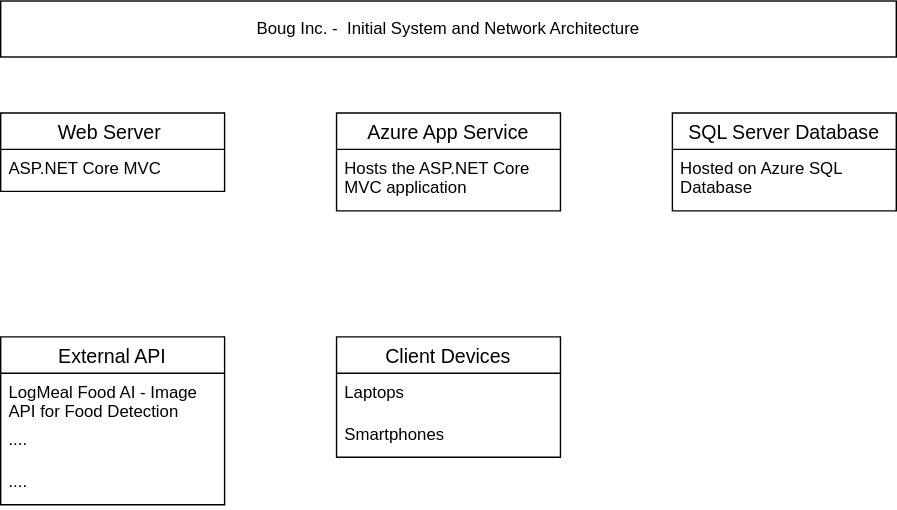
Above: Team/Milestone Two/BougIncInitialArchEnvisioning.svg in Oarun/BougInc (draw.io), before the change. Source tidied: cells renumbered, new cells last; positions are measured from the earlier drawing's top-left corner, leaving out a move shared by most shapes. The source it was exported from:
```xml
<mxGraphModel>
  <root>
    <mxCell id="0" />
    <mxCell id="1" parent="0" />
    <mxCell id="2" value="Web Server " style="swimlane;fontStyle=0;horizontal=1;startSize=26;align=center;fontSize=14;" parent="1" vertex="1">
      <mxGeometry y="80" width="160" height="56" as="geometry" />
    </mxCell>
    <mxCell id="3" value="ASP.NET Core MVC" style="text;strokeColor=none;fillColor=none;spacingLeft=4;spacingRight=4;overflow=hidden;points=[[0,0.5],[1,0.5]];portConstraint=eastwest;fontSize=12;whiteSpace=wrap;html=1;" parent="2" vertex="1">
      <mxGeometry y="26" width="160" height="30" as="geometry" />
    </mxCell>
    <mxCell id="4" value="Azure App Service" style="swimlane;fontStyle=0;horizontal=1;startSize=26;align=center;fontSize=14;" parent="1" vertex="1">
      <mxGeometry x="240" y="80" width="160" height="70" as="geometry" />
    </mxCell>
    <mxCell id="5" value="Hosts the ASP.NET Core MVC application" style="text;strokeColor=none;fillColor=none;spacingLeft=4;spacingRight=4;overflow=hidden;points=[[0,0.5],[1,0.5]];portConstraint=eastwest;fontSize=12;whiteSpace=wrap;html=1;" parent="4" vertex="1">
      <mxGeometry y="26" width="160" height="44" as="geometry" />
    </mxCell>
    <mxCell id="6" value="SQL Server Database" style="swimlane;fontStyle=0;horizontal=1;startSize=26;align=center;fontSize=14;" parent="1" vertex="1">
      <mxGeometry x="480" y="80" width="160" height="70" as="geometry" />
    </mxCell>
    <mxCell id="7" value="Hosted on Azure SQL Database" style="text;strokeColor=none;fillColor=none;spacingLeft=4;spacingRight=4;overflow=hidden;points=[[0,0.5],[1,0.5]];portConstraint=eastwest;fontSize=12;whiteSpace=wrap;html=1;" parent="6" vertex="1">
      <mxGeometry y="26" width="160" height="44" as="geometry" />
    </mxCell>
    <mxCell id="8" value="External API" style="swimlane;fontStyle=0;horizontal=1;startSize=26;align=center;fontSize=14;" parent="1" vertex="1">
      <mxGeometry y="240" width="160" height="120" as="geometry" />
    </mxCell>
    <mxCell id="9" value="LogMeal Food AI - Image API for Food Detection Food Tracking&amp;nbsp;" style="text;strokeColor=none;fillColor=none;spacingLeft=4;spacingRight=4;overflow=hidden;fontSize=12;whiteSpace=wrap;html=1;" parent="8" vertex="1">
      <mxGeometry y="26" width="160" height="34" as="geometry" />
    </mxCell>
    <mxCell id="10" value="...." style="text;strokeColor=none;fillColor=none;spacingLeft=4;spacingRight=4;overflow=hidden;fontSize=12;whiteSpace=wrap;html=1;" parent="8" vertex="1">
      <mxGeometry y="60" width="160" height="30" as="geometry" />
    </mxCell>
    <mxCell id="11" value="...." style="text;strokeColor=none;fillColor=none;spacingLeft=4;spacingRight=4;overflow=hidden;fontSize=12;whiteSpace=wrap;html=1;" parent="8" vertex="1">
      <mxGeometry y="90" width="160" height="30" as="geometry" />
    </mxCell>
    <mxCell id="12" value="Client Devices" style="swimlane;fontStyle=0;horizontal=1;startSize=26;align=center;fontSize=14;" parent="1" vertex="1">
      <mxGeometry x="240" y="240" width="160" height="86" as="geometry" />
    </mxCell>
    <mxCell id="13" value="Laptops" style="text;strokeColor=none;fillColor=none;spacingLeft=4;spacingRight=4;overflow=hidden;fontSize=12;whiteSpace=wrap;html=1;" parent="12" vertex="1">
      <mxGeometry y="26" width="160" height="30" as="geometry" />
    </mxCell>
    <mxCell id="14" value="Smartphones" style="text;strokeColor=none;fillColor=none;spacingLeft=4;spacingRight=4;overflow=hidden;fontSize=12;whiteSpace=wrap;html=1;" parent="12" vertex="1">
      <mxGeometry y="56" width="160" height="30" as="geometry" />
    </mxCell>
    <mxCell id="15" value="Boug Inc. -&amp;nbsp;&amp;nbsp;Initial System and Network Architecture" style="rounded=0;whiteSpace=wrap;html=1;" parent="1" vertex="1">
      <mxGeometry width="640" height="40" as="geometry" />
    </mxCell>
  </root>
</mxGraphModel>
```
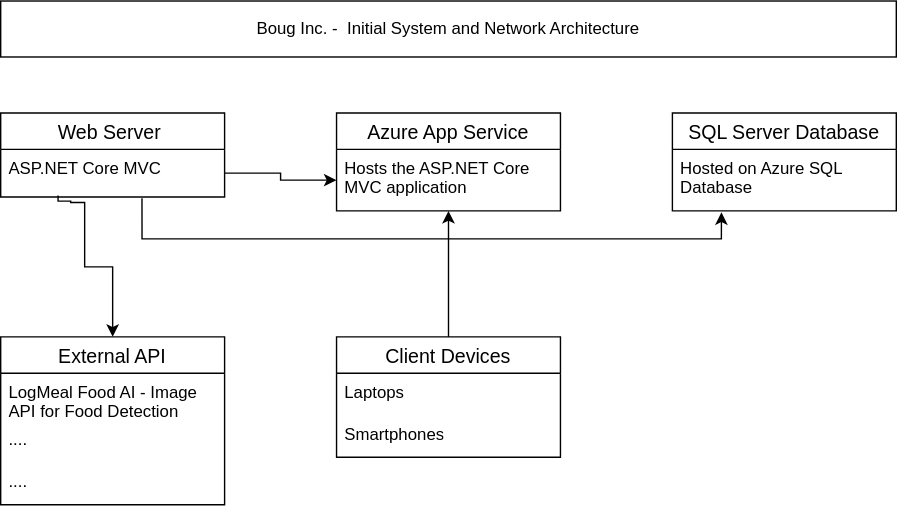
The same diagram one commit later.

Commit message:
photos added and arch edited

The edit, as a diff of the source:
```diff
@@ -3,10 +3,10 @@
     <mxCell id="0" />
     <mxCell id="1" parent="0" />
     <mxCell id="2" value="Web Server " style="swimlane;fontStyle=0;horizontal=1;startSize=26;align=center;fontSize=14;" parent="1" vertex="1">
-      <mxGeometry y="80" width="160" height="56" as="geometry" />
+      <mxGeometry y="80" width="160" height="60" as="geometry" />
     </mxCell>
     <mxCell id="3" value="ASP.NET Core MVC" style="text;strokeColor=none;fillColor=none;spacingLeft=4;spacingRight=4;overflow=hidden;points=[[0,0.5],[1,0.5]];portConstraint=eastwest;fontSize=12;whiteSpace=wrap;html=1;" parent="2" vertex="1">
-      <mxGeometry y="26" width="160" height="30" as="geometry" />
+      <mxGeometry y="26" width="160" height="34" as="geometry" />
     </mxCell>
     <mxCell id="4" value="Azure App Service" style="swimlane;fontStyle=0;horizontal=1;startSize=26;align=center;fontSize=14;" parent="1" vertex="1">
       <mxGeometry x="240" y="80" width="160" height="70" as="geometry" />
@@ -44,5 +44,26 @@
     <mxCell id="15" value="Boug Inc. -&amp;nbsp;&amp;nbsp;Initial System and Network Architecture" style="rounded=0;whiteSpace=wrap;html=1;" parent="1" vertex="1">
       <mxGeometry width="640" height="40" as="geometry" />
     </mxCell>
+    <mxCell id="16" style="edgeStyle=orthogonalEdgeStyle;rounded=0;jettySize=auto;html=1;" parent="1" edge="1" source="3" target="5">
+      <mxGeometry relative="1" as="geometry" />
+    </mxCell>
+    <mxCell id="17" style="edgeStyle=orthogonalEdgeStyle;rounded=0;jettySize=auto;html=1;exitX=0.631;exitY=1.029;exitDx=0;exitDy=0;exitPerimeter=0;entryX=0.219;entryY=1.023;entryDx=0;entryDy=0;entryPerimeter=0;" parent="1" edge="1" source="3" target="7">
+      <mxGeometry relative="1" as="geometry" />
+    </mxCell>
+    <mxCell id="18" style="edgeStyle=orthogonalEdgeStyle;rounded=0;jettySize=auto;html=1;exitX=0.256;exitY=0.971;exitDx=0;exitDy=0;exitPerimeter=0;" parent="1" edge="1" source="3" target="8">
+      <mxGeometry relative="1" as="geometry">
+        <Array as="points">
+          <mxPoint x="41" y="143" />
+          <mxPoint x="50" y="143" />
+          <mxPoint x="50" y="144" />
+          <mxPoint x="60" y="144" />
+          <mxPoint x="60" y="190" />
+          <mxPoint x="80" y="190" />
+        </Array>
+      </mxGeometry>
+    </mxCell>
+    <mxCell id="19" style="edgeStyle=orthogonalEdgeStyle;rounded=0;jettySize=auto;html=1;" parent="1" edge="1" source="12" target="4">
+      <mxGeometry relative="1" as="geometry" />
+    </mxCell>
   </root>
 </mxGraphModel>
```
